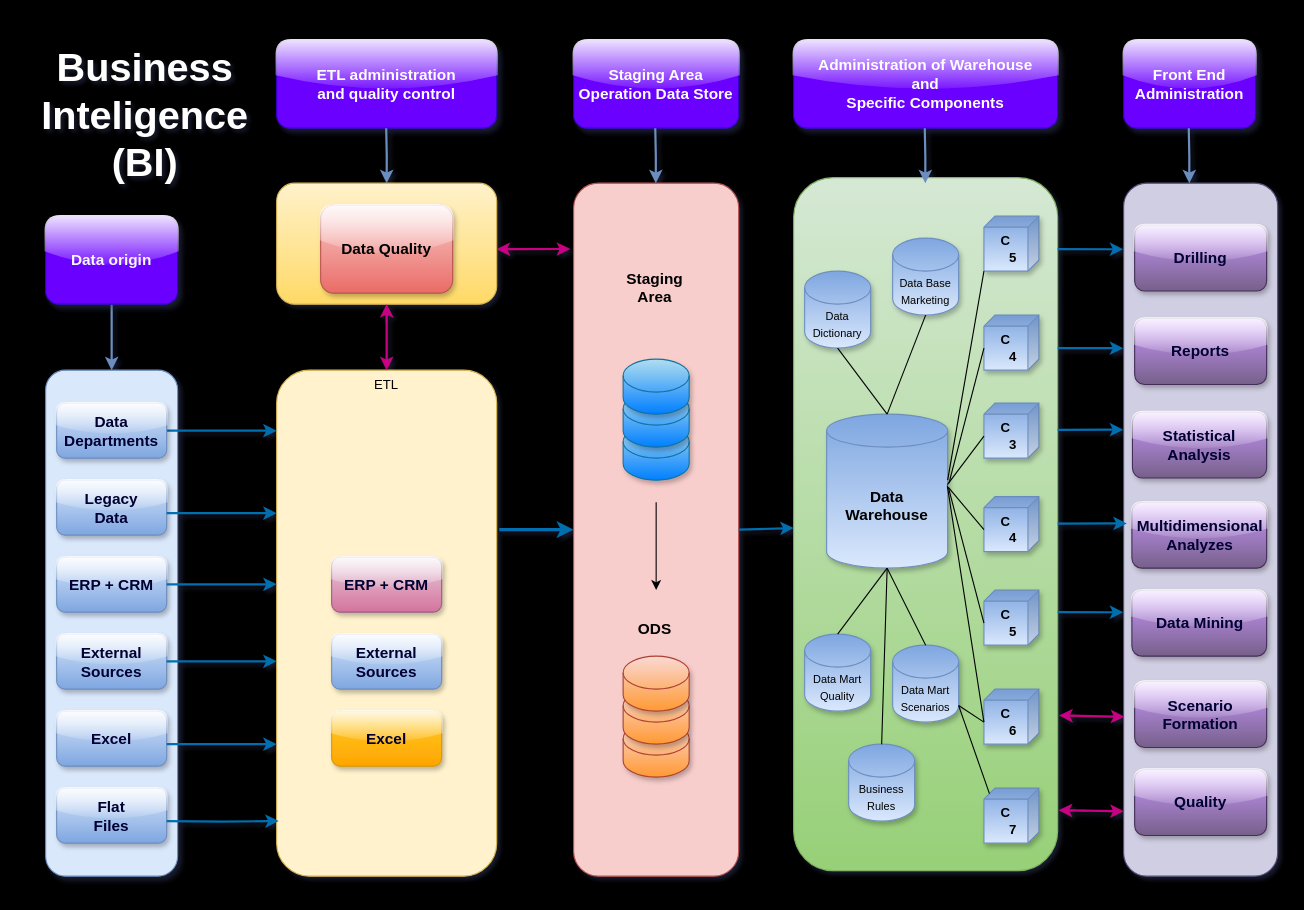
Earlier version of the draw.io diagram Diagrama BI.drawio (luizcloud/Guia_de_Estudo_Numpy_Basic). Source tidied: cells renumbered, new cells numbered last; positions are measured from the earlier drawing's top-left corner, leaving out a move shared by most shapes. Both pictures are drawn from the tidied source at 110%, with x=0, y=0 at pixel (23, 23).
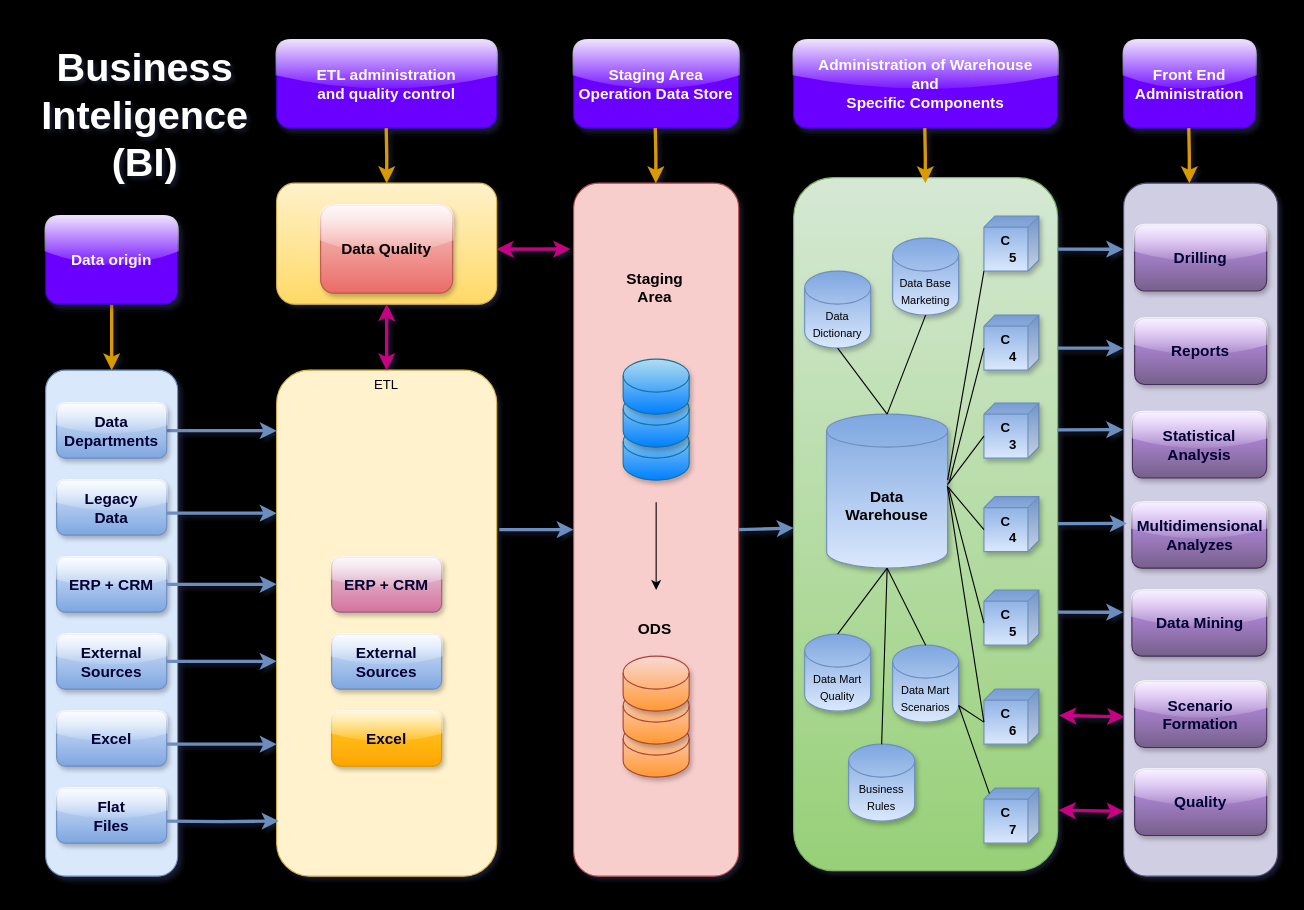
The same diagram, later.

The change refers to these unchanged cells:
```xml
<mxCell id="3" value="&lt;b&gt;&lt;font color=&quot;#f7f7fc&quot; style=&quot;font-size: 14px;&quot;&gt;Data origin&lt;/font&gt;&lt;/b&gt;" style="rounded=1;whiteSpace=wrap;html=1;fillColor=#6a00ff;strokeColor=#3700CC;glass=1;shadow=1;fillStyle=solid;gradientDirection=south;fontColor=#ffffff;" parent="1" vertex="1">
  <mxGeometry x="20" y="175" width="120" height="80" as="geometry" />
</mxCell>
<mxCell id="4" style="rounded=1;whiteSpace=wrap;html=1;fillColor=#dae8fc;strokeColor=#6c8ebf;gradientColor=none;glass=0;shadow=1;gradientDirection=north;" parent="1" vertex="1">
  <mxGeometry x="20" y="315" width="120" height="460" as="geometry" />
</mxCell>
<mxCell id="5" value="ETL" style="rounded=1;whiteSpace=wrap;html=1;fillColor=#fff2cc;strokeColor=#d6b656;align=center;gradientColor=none;verticalAlign=top;horizontal=1;gradientDirection=south;" parent="1" vertex="1">
  <mxGeometry x="230" y="315" width="200" height="460" as="geometry" />
</mxCell>
<mxCell id="6" style="rounded=1;whiteSpace=wrap;html=1;fillColor=#f8cecc;strokeColor=#b85450;gradientColor=none;" parent="1" vertex="1">
  <mxGeometry x="500" y="145" width="150" height="630" as="geometry" />
</mxCell>
<mxCell id="7" style="rounded=1;whiteSpace=wrap;html=1;gradientDirection=south;noLabel=0;portConstraintRotation=0;snapToPoint=0;fillColor=#d5e8d4;gradientColor=#97d077;strokeColor=#82b366;shadow=0;glass=0;" parent="1" vertex="1">
  <mxGeometry x="700" y="140" width="240" height="630" as="geometry" />
</mxCell>
<mxCell id="8" style="rounded=1;whiteSpace=wrap;html=1;fillColor=#d0cee2;strokeColor=#56517e;gradientColor=none;gradientDirection=north;" parent="1" vertex="1">
  <mxGeometry x="1000" y="145" width="140" height="630" as="geometry" />
</mxCell>
<mxCell id="13" value="&lt;b&gt;&lt;font color=&quot;#000033&quot; style=&quot;font-size: 14px;&quot;&gt;Data Departments&lt;/font&gt;&lt;/b&gt;" style="rounded=1;whiteSpace=wrap;html=1;fillColor=#dae8fc;strokeColor=#6c8ebf;glass=1;shadow=1;gradientColor=#7ea6e0;gradientDirection=south;" parent="1" vertex="1">
  <mxGeometry x="30" y="345" width="100" height="50" as="geometry" />
</mxCell>
<mxCell id="20" style="rounded=1;whiteSpace=wrap;html=1;fillColor=#fff2cc;strokeColor=#d6b656;gradientDirection=south;gradientColor=#ffd966;" parent="1" vertex="1">
  <mxGeometry x="230" y="145" width="200" height="110" as="geometry" />
</mxCell>
```

What changed in the source:
```diff
@@
-    <mxCell id="2" style="edgeStyle=orthogonalEdgeStyle;rounded=0;jettySize=auto;html=1;exitX=0.5;exitY=1;exitDx=0;exitDy=0;entryX=0.5;entryY=0;entryDx=0;entryDy=0;flowAnimation=1;fillColor=#dae8fc;strokeColor=#6c8ebf;strokeWidth=2;gradientColor=#7ea6e0;shadow=0;" parent="1" edge="1" source="3" target="4">
+    <mxCell id="2" style="edgeStyle=orthogonalEdgeStyle;rounded=0;jettySize=auto;html=1;exitX=0.5;exitY=1;exitDx=0;exitDy=0;entryX=0.5;entryY=0;entryDx=0;entryDy=0;flowAnimation=1;fillColor=#ffcd28;strokeColor=#d79b00;strokeWidth=3;gradientColor=#ffa500;shadow=0;" parent="1" edge="1" source="3" target="4">
       <mxGeometry relative="1" as="geometry" />
     </mxCell>
@@
-    <mxCell id="12" style="edgeStyle=orthogonalEdgeStyle;rounded=0;jettySize=auto;html=1;fillColor=#1ba1e2;strokeColor=#006EAF;flowAnimation=1;strokeWidth=2;" parent="1" edge="1" source="13" target="5">
+    <mxCell id="12" style="edgeStyle=orthogonalEdgeStyle;rounded=0;jettySize=auto;html=1;fillColor=#dae8fc;strokeColor=#6c8ebf;flowAnimation=1;strokeWidth=3;gradientColor=#7ea6e0;" parent="1" edge="1" source="13" target="5">
       <mxGeometry relative="1" as="geometry">
         <Array as="points">
           <mxPoint x="190" y="370" />
           <mxPoint x="190" y="370" />
         </Array>
       </mxGeometry>
     </mxCell>
@@
-    <mxCell id="25" style="edgeStyle=orthogonalEdgeStyle;rounded=0;jettySize=auto;html=1;fillColor=#1ba1e2;strokeColor=#006EAF;flowAnimation=1;strokeWidth=2;" parent="1" edge="1" target="5">
+    <mxCell id="25" style="edgeStyle=orthogonalEdgeStyle;rounded=0;jettySize=auto;html=1;fillColor=#dae8fc;strokeColor=#6c8ebf;flowAnimation=1;strokeWidth=3;gradientColor=#7ea6e0;" parent="1" edge="1" target="5">
       <mxGeometry relative="1" as="geometry">
         <mxPoint x="130" y="655" as="sourcePoint" />
         <Array as="points">
           <mxPoint x="180" y="655" />
           <mxPoint x="180" y="655" />
         </Array>
       </mxGeometry>
     </mxCell>
-    <mxCell id="26" style="edgeStyle=orthogonalEdgeStyle;rounded=0;jettySize=auto;html=1;fillColor=#1ba1e2;strokeColor=#006EAF;flowAnimation=1;strokeWidth=2;entryX=0.009;entryY=0.891;entryDx=0;entryDy=0;entryPerimeter=0;" parent="1" edge="1" target="5">
+    <mxCell id="26" style="edgeStyle=orthogonalEdgeStyle;rounded=0;jettySize=auto;html=1;fillColor=#dae8fc;strokeColor=#6c8ebf;flowAnimation=1;strokeWidth=3;entryX=0.009;entryY=0.891;entryDx=0;entryDy=0;entryPerimeter=0;gradientColor=#7ea6e0;" parent="1" edge="1" target="5">
       <mxGeometry relative="1" as="geometry">
         <mxPoint x="130" y="725" as="sourcePoint" />
       </mxGeometry>
     </mxCell>
-    <mxCell id="27" style="edgeStyle=orthogonalEdgeStyle;rounded=0;orthogonalLoop=1;jettySize=auto;html=1;exitX=0.5;exitY=1;exitDx=0;exitDy=0;flowAnimation=1;fillColor=#dae8fc;strokeColor=#6c8ebf;strokeWidth=2;gradientColor=#7ea6e0;" parent="1" edge="1">
+    <mxCell id="27" style="edgeStyle=orthogonalEdgeStyle;rounded=0;orthogonalLoop=1;jettySize=auto;html=1;exitX=0.5;exitY=1;exitDx=0;exitDy=0;flowAnimation=1;fillColor=#ffcd28;strokeColor=#d79b00;strokeWidth=3;gradientColor=#ffa500;" parent="1" edge="1">
       <mxGeometry relative="1" as="geometry">
         <mxPoint x="329.6" y="95" as="sourcePoint" />
         <mxPoint x="330" y="145" as="targetPoint" />
       </mxGeometry>
     </mxCell>
-    <mxCell id="28" style="edgeStyle=orthogonalEdgeStyle;rounded=0;orthogonalLoop=1;jettySize=auto;html=1;exitX=0.5;exitY=1;exitDx=0;exitDy=0;flowAnimation=1;fillColor=#dae8fc;strokeColor=#6c8ebf;strokeWidth=2;gradientColor=#7ea6e0;" parent="1" edge="1">
+    <mxCell id="28" style="edgeStyle=orthogonalEdgeStyle;rounded=0;orthogonalLoop=1;jettySize=auto;html=1;exitX=0.5;exitY=1;exitDx=0;exitDy=0;flowAnimation=1;fillColor=#ffcd28;strokeColor=#d79b00;strokeWidth=3;gradientColor=#ffa500;" parent="1" edge="1">
       <mxGeometry relative="1" as="geometry">
         <mxPoint x="574.2" y="95" as="sourcePoint" />
         <mxPoint x="574.7" y="145" as="targetPoint" />
       </mxGeometry>
     </mxCell>
-    <mxCell id="29" style="edgeStyle=orthogonalEdgeStyle;rounded=0;orthogonalLoop=1;jettySize=auto;html=1;exitX=0.5;exitY=1;exitDx=0;exitDy=0;flowAnimation=1;fillColor=#dae8fc;strokeColor=#6c8ebf;strokeWidth=2;gradientColor=#7ea6e0;" parent="1" edge="1">
+    <mxCell id="29" style="edgeStyle=orthogonalEdgeStyle;rounded=0;orthogonalLoop=1;jettySize=auto;html=1;exitX=0.5;exitY=1;exitDx=0;exitDy=0;flowAnimation=1;fillColor=#ffcd28;strokeColor=#d79b00;strokeWidth=3;gradientColor=#ffa500;" parent="1" edge="1">
       <mxGeometry relative="1" as="geometry">
         <mxPoint x="819.2" y="95" as="sourcePoint" />
         <mxPoint x="819.7" y="145" as="targetPoint" />
       </mxGeometry>
     </mxCell>
-    <mxCell id="30" style="edgeStyle=orthogonalEdgeStyle;rounded=0;orthogonalLoop=1;jettySize=auto;html=1;exitX=0.5;exitY=1;exitDx=0;exitDy=0;flowAnimation=1;fillColor=#dae8fc;gradientColor=#7ea6e0;strokeColor=#6c8ebf;strokeWidth=2;" parent="1" edge="1">
+    <mxCell id="30" style="edgeStyle=orthogonalEdgeStyle;rounded=0;orthogonalLoop=1;jettySize=auto;html=1;exitX=0.5;exitY=1;exitDx=0;exitDy=0;flowAnimation=1;fillColor=#ffcd28;gradientColor=#ffa500;strokeColor=#d79b00;strokeWidth=3;" parent="1" edge="1">
       <mxGeometry relative="1" as="geometry">
         <mxPoint x="1059.2" y="95" as="sourcePoint" />
         <mxPoint x="1059.7" y="145" as="targetPoint" />
       </mxGeometry>
     </mxCell>
-    <mxCell id="31" style="edgeStyle=orthogonalEdgeStyle;rounded=0;jettySize=auto;html=1;exitX=1.012;exitY=0.315;exitDx=0;exitDy=0;flowAnimation=1;fillColor=#1ba1e2;strokeColor=#006EAF;strokeWidth=3;exitPerimeter=0;entryX=0;entryY=0.5;entryDx=0;entryDy=0;" parent="1" edge="1" source="5" target="6">
+    <mxCell id="31" style="edgeStyle=orthogonalEdgeStyle;rounded=0;jettySize=auto;html=1;exitX=1.012;exitY=0.315;exitDx=0;exitDy=0;flowAnimation=1;fillColor=#dae8fc;strokeColor=#6c8ebf;strokeWidth=3;exitPerimeter=0;entryX=0;entryY=0.5;entryDx=0;entryDy=0;gradientColor=#7ea6e0;" parent="1" edge="1" source="5" target="6">
       <mxGeometry relative="1" as="geometry" />
     </mxCell>
-    <mxCell id="32" style="edgeStyle=orthogonalEdgeStyle;rounded=0;orthogonalLoop=1;jettySize=auto;html=1;fillColor=#1ba1e2;strokeColor=#006EAF;flowAnimation=1;strokeWidth=2;" parent="1" edge="1">
+    <mxCell id="32" style="edgeStyle=orthogonalEdgeStyle;rounded=0;orthogonalLoop=1;jettySize=auto;html=1;fillColor=#dae8fc;strokeColor=#6c8ebf;flowAnimation=1;strokeWidth=3;gradientColor=#7ea6e0;" parent="1" edge="1">
       <mxGeometry relative="1" as="geometry">
         <mxPoint x="130" y="445" as="sourcePoint" />
         <mxPoint x="230" y="445" as="targetPoint" />
         <Array as="points">
           <mxPoint x="190" y="445" />
           <mxPoint x="190" y="445" />
         </Array>
       </mxGeometry>
     </mxCell>
-    <mxCell id="33" style="edgeStyle=orthogonalEdgeStyle;rounded=0;orthogonalLoop=1;jettySize=auto;html=1;fillColor=#1ba1e2;strokeColor=#006EAF;flowAnimation=1;strokeWidth=2;" parent="1" edge="1">
+    <mxCell id="33" style="edgeStyle=orthogonalEdgeStyle;rounded=0;orthogonalLoop=1;jettySize=auto;html=1;fillColor=#dae8fc;strokeColor=#6c8ebf;flowAnimation=1;strokeWidth=3;gradientColor=#7ea6e0;" parent="1" edge="1">
       <mxGeometry relative="1" as="geometry">
         <mxPoint x="130" y="509.7" as="sourcePoint" />
         <mxPoint x="230" y="509.7" as="targetPoint" />
         <Array as="points">
           <mxPoint x="190" y="509.7" />
           <mxPoint x="190" y="509.7" />
         </Array>
       </mxGeometry>
     </mxCell>
-    <mxCell id="34" style="edgeStyle=orthogonalEdgeStyle;rounded=0;orthogonalLoop=1;jettySize=auto;html=1;fillColor=#1ba1e2;strokeColor=#006EAF;flowAnimation=1;strokeWidth=2;" parent="1" edge="1">
+    <mxCell id="34" style="edgeStyle=orthogonalEdgeStyle;rounded=0;orthogonalLoop=1;jettySize=auto;html=1;fillColor=#dae8fc;strokeColor=#6c8ebf;flowAnimation=1;strokeWidth=3;gradientColor=#7ea6e0;" parent="1" edge="1">
       <mxGeometry relative="1" as="geometry">
         <mxPoint x="130" y="579.7" as="sourcePoint" />
         <mxPoint x="230" y="579.7" as="targetPoint" />
         <Array as="points">
           <mxPoint x="190" y="579.7" />
           <mxPoint x="190" y="579.7" />
         </Array>
       </mxGeometry>
     </mxCell>
-    <mxCell id="35" style="endArrow=classic;startArrow=classic;html=1;rounded=0;entryX=-0.021;entryY=0.095;entryDx=0;entryDy=0;entryPerimeter=0;fillColor=#e6d0de;gradientColor=#d5739d;strokeColor=#c90384;flowAnimation=1;strokeWidth=2;" parent="1" edge="1" target="6">
+    <mxCell id="35" style="endArrow=classic;startArrow=classic;html=1;rounded=0;entryX=-0.021;entryY=0.095;entryDx=0;entryDy=0;entryPerimeter=0;fillColor=#e6d0de;gradientColor=#d5739d;strokeColor=#c90384;flowAnimation=1;strokeWidth=3;" parent="1" edge="1" target="6">
       <mxGeometry relative="1" as="geometry">
         <mxPoint x="430" y="205" as="sourcePoint" />
       </mxGeometry>
     </mxCell>
-    <mxCell id="36" style="endArrow=classic;startArrow=classic;html=1;rounded=0;entryX=0.5;entryY=0;entryDx=0;entryDy=0;fillColor=#e6d0de;gradientColor=#d5739d;strokeColor=#c90384;flowAnimation=1;strokeWidth=2;exitX=0.5;exitY=1;exitDx=0;exitDy=0;" parent="1" edge="1" source="20" target="5">
+    <mxCell id="36" style="endArrow=classic;startArrow=classic;html=1;rounded=0;entryX=0.5;entryY=0;entryDx=0;entryDy=0;fillColor=#e6d0de;gradientColor=#d5739d;strokeColor=#c90384;flowAnimation=1;strokeWidth=3;exitX=0.5;exitY=1;exitDx=0;exitDy=0;" parent="1" edge="1" source="20" target="5">
       <mxGeometry relative="1" as="geometry" />
     </mxCell>
@@
-    <mxCell id="47" style="endArrow=classic;html=1;rounded=0;exitX=1;exitY=0.5;exitDx=0;exitDy=0;strokeWidth=2;strokeColor=#006EAF;flowAnimation=1;orthogonal=0;comic=0;noJump=1;backgroundOutline=0;fixDash=1;fillColor=#1ba1e2;" parent="1" edge="1" source="6" target="7">
+    <mxCell id="47" style="endArrow=classic;html=1;rounded=0;exitX=1;exitY=0.5;exitDx=0;exitDy=0;strokeWidth=3;strokeColor=#6c8ebf;flowAnimation=1;orthogonal=0;comic=0;noJump=1;backgroundOutline=0;fixDash=1;fillColor=#dae8fc;gradientColor=#7ea6e0;" parent="1" edge="1" source="6" target="7">
       <mxGeometry relative="1" as="geometry" />
     </mxCell>
@@
-    <mxCell id="73" style="endArrow=classic;html=1;rounded=0;strokeWidth=2;strokeColor=#006EAF;flowAnimation=1;orthogonal=0;comic=0;noJump=1;backgroundOutline=0;fixDash=1;fillColor=#1ba1e2;entryX=0.02;entryY=0.491;entryDx=0;entryDy=0;entryPerimeter=0;" parent="1" edge="1" source="7" target="8">
+    <mxCell id="73" style="endArrow=classic;html=1;rounded=0;strokeWidth=3;strokeColor=#6c8ebf;flowAnimation=1;orthogonal=0;comic=0;noJump=1;backgroundOutline=0;fixDash=1;fillColor=#dae8fc;entryX=0.02;entryY=0.491;entryDx=0;entryDy=0;entryPerimeter=0;gradientColor=#7ea6e0;" parent="1" edge="1" source="7" target="8">
       <mxGeometry relative="1" as="geometry" />
     </mxCell>
-    <mxCell id="74" style="endArrow=classic;html=1;rounded=0;strokeWidth=2;strokeColor=#006EAF;flowAnimation=1;orthogonal=0;comic=0;noJump=1;backgroundOutline=0;fixDash=1;fillColor=#1ba1e2;entryX=0.02;entryY=0.491;entryDx=0;entryDy=0;entryPerimeter=0;exitX=1;exitY=0.364;exitDx=0;exitDy=0;exitPerimeter=0;" parent="1" edge="1" source="7">
+    <mxCell id="74" style="endArrow=classic;html=1;rounded=0;strokeWidth=3;strokeColor=#6c8ebf;flowAnimation=1;orthogonal=0;comic=0;noJump=1;backgroundOutline=0;fixDash=1;fillColor=#dae8fc;entryX=0.02;entryY=0.491;entryDx=0;entryDy=0;entryPerimeter=0;exitX=1;exitY=0.364;exitDx=0;exitDy=0;exitPerimeter=0;gradientColor=#7ea6e0;" parent="1" edge="1" source="7">
       <mxGeometry relative="1" as="geometry">
         <mxPoint x="999.6" y="369.1" as="targetPoint" />
       </mxGeometry>
     </mxCell>
-    <mxCell id="75" style="endArrow=classic;html=1;rounded=0;strokeWidth=2;strokeColor=#006EAF;flowAnimation=1;orthogonalLoop=0;orthogonal=0;comic=0;noJump=1;backgroundOutline=0;fixDash=1;fillColor=#1ba1e2;entryX=0.02;entryY=0.491;entryDx=0;entryDy=0;entryPerimeter=0;exitX=1;exitY=0.364;exitDx=0;exitDy=0;exitPerimeter=0;" parent="1" edge="1">
+    <mxCell id="75" style="endArrow=classic;html=1;rounded=0;strokeWidth=3;strokeColor=#6c8ebf;flowAnimation=1;orthogonalLoop=0;orthogonal=0;comic=0;noJump=1;backgroundOutline=0;fixDash=1;fillColor=#dae8fc;entryX=0.02;entryY=0.491;entryDx=0;entryDy=0;entryPerimeter=0;exitX=1;exitY=0.364;exitDx=0;exitDy=0;exitPerimeter=0;gradientColor=#7ea6e0;" parent="1" edge="1">
       <mxGeometry relative="1" as="geometry">
         <mxPoint x="940" y="294.9" as="sourcePoint" />
         <mxPoint x="999.6" y="295" as="targetPoint" />
       </mxGeometry>
     </mxCell>
-    <mxCell id="76" style="endArrow=classic;html=1;rounded=0;strokeWidth=2;strokeColor=#006EAF;flowAnimation=1;orthogonalLoop=0;orthogonal=0;comic=0;noJump=1;backgroundOutline=0;fixDash=1;fillColor=#1ba1e2;entryX=0.02;entryY=0.491;entryDx=0;entryDy=0;entryPerimeter=0;exitX=1;exitY=0.364;exitDx=0;exitDy=0;exitPerimeter=0;" parent="1" edge="1">
+    <mxCell id="76" style="endArrow=classic;html=1;rounded=0;strokeWidth=3;strokeColor=#6c8ebf;flowAnimation=1;orthogonalLoop=0;orthogonal=0;comic=0;noJump=1;backgroundOutline=0;fixDash=1;fillColor=#dae8fc;entryX=0.02;entryY=0.491;entryDx=0;entryDy=0;entryPerimeter=0;exitX=1;exitY=0.364;exitDx=0;exitDy=0;exitPerimeter=0;gradientColor=#7ea6e0;" parent="1" edge="1">
       <mxGeometry relative="1" as="geometry">
         <mxPoint x="940" y="205" as="sourcePoint" />
         <mxPoint x="999.6" y="205.1" as="targetPoint" />
       </mxGeometry>
     </mxCell>
-    <mxCell id="77" style="endArrow=classic;html=1;rounded=0;strokeWidth=2;strokeColor=#006EAF;flowAnimation=1;orthogonalLoop=0;orthogonal=0;comic=0;noJump=1;backgroundOutline=0;fixDash=1;fillColor=#1ba1e2;entryX=0.02;entryY=0.491;entryDx=0;entryDy=0;entryPerimeter=0;exitX=1;exitY=0.364;exitDx=0;exitDy=0;exitPerimeter=0;" parent="1" edge="1">
+    <mxCell id="77" style="endArrow=classic;html=1;rounded=0;strokeWidth=3;strokeColor=#6c8ebf;flowAnimation=1;orthogonalLoop=0;orthogonal=0;comic=0;noJump=1;backgroundOutline=0;fixDash=1;fillColor=#dae8fc;entryX=0.02;entryY=0.491;entryDx=0;entryDy=0;entryPerimeter=0;exitX=1;exitY=0.364;exitDx=0;exitDy=0;exitPerimeter=0;gradientColor=#7ea6e0;" parent="1" edge="1">
       <mxGeometry relative="1" as="geometry">
         <mxPoint x="940" y="535" as="sourcePoint" />
         <mxPoint x="999.6" y="535.1" as="targetPoint" />
       </mxGeometry>
     </mxCell>
-    <mxCell id="78" style="endArrow=classic;startArrow=classic;html=1;rounded=0;fillColor=#e6d0de;gradientColor=#d5739d;strokeColor=#c90384;flowAnimation=1;strokeWidth=2;exitX=1.006;exitY=0.776;exitDx=0;exitDy=0;exitPerimeter=0;entryX=0.004;entryY=0.77;entryDx=0;entryDy=0;entryPerimeter=0;" parent="1" edge="1" source="7" target="8">
+    <mxCell id="78" style="endArrow=classic;startArrow=classic;html=1;rounded=0;fillColor=#e6d0de;gradientColor=#d5739d;strokeColor=#c90384;flowAnimation=1;strokeWidth=3;exitX=1.006;exitY=0.776;exitDx=0;exitDy=0;exitPerimeter=0;entryX=0.004;entryY=0.77;entryDx=0;entryDy=0;entryPerimeter=0;" parent="1" edge="1" source="7" target="8">
       <mxGeometry relative="1" as="geometry" />
     </mxCell>
@@
-    <mxCell id="86" style="endArrow=classic;startArrow=classic;html=1;rounded=0;fillColor=#e6d0de;gradientColor=#d5739d;strokeColor=#c90384;flowAnimation=1;strokeWidth=2;exitX=1.006;exitY=0.776;exitDx=0;exitDy=0;exitPerimeter=0;entryX=0.004;entryY=0.77;entryDx=0;entryDy=0;entryPerimeter=0;" parent="1" edge="1">
+    <mxCell id="86" style="endArrow=classic;startArrow=classic;html=1;rounded=0;fillColor=#e6d0de;gradientColor=#d5739d;strokeColor=#c90384;flowAnimation=1;strokeWidth=3;exitX=1.006;exitY=0.776;exitDx=0;exitDy=0;exitPerimeter=0;entryX=0.004;entryY=0.77;entryDx=0;entryDy=0;entryPerimeter=0;" parent="1" edge="1">
       <mxGeometry relative="1" as="geometry">
         <mxPoint x="941" y="715.1" as="sourcePoint" />
         <mxPoint x="1000" y="716.1" as="targetPoint" />
       </mxGeometry>
     </mxCell>
-    <mxCell id="87" value="&lt;div style=&quot;&quot;&gt;&lt;font color=&quot;#ffffff&quot;&gt;&lt;span style=&quot;background-color: initial; font-size: 36px;&quot;&gt;Business&lt;/span&gt;&lt;br&gt;&lt;/font&gt;&lt;/div&gt;&lt;font color=&quot;#ffffff&quot; style=&quot;font-size: 36px;&quot;&gt;&lt;div style=&quot;&quot;&gt;&lt;span style=&quot;background-color: initial;&quot;&gt;Inteligence&lt;/span&gt;&lt;/div&gt;&lt;div style=&quot;&quot;&gt;&lt;span style=&quot;background-color: initial;&quot;&gt;(BI)&lt;/span&gt;&lt;/div&gt;&lt;/font&gt;" style="text;strokeColor=none;fillColor=none;html=1;fontSize=24;fontStyle=1;verticalAlign=middle;align=center;glass=0;shadow=1;" parent="1" vertex="1">
+    <mxCell id="87" value="&lt;div style=&quot;&quot;&gt;&lt;font color=&quot;#ffffff&quot;&gt;&lt;span style=&quot;background-color: initial; font-size: 36px;&quot;&gt;Business&lt;/span&gt;&lt;br&gt;&lt;/font&gt;&lt;/div&gt;&lt;font color=&quot;#ffffff&quot; style=&quot;font-size: 36px;&quot;&gt;&lt;div style=&quot;&quot;&gt;&lt;span style=&quot;background-color: initial;&quot;&gt;Inteligence&lt;/span&gt;&lt;/div&gt;&lt;div style=&quot;&quot;&gt;&lt;span style=&quot;background-color: initial;&quot;&gt;(BI)&lt;/span&gt;&lt;/div&gt;&lt;/font&gt;" style="text;html=1;fontSize=24;fontStyle=1;verticalAlign=middle;align=center;glass=0;shadow=1;fillColor=none;strokeColor=none;" parent="1" vertex="1">
       <mxGeometry width="220" height="165" as="geometry" />
     </mxCell>
```
